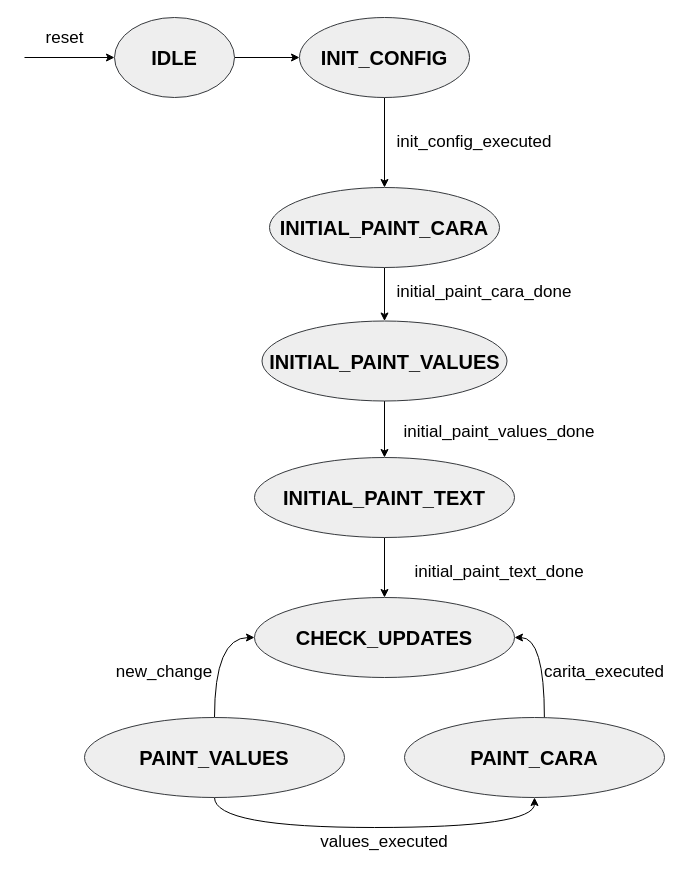
This is page "fsm_controller_lcd" (3 of 6) of figs/LCD_diagramas.drawio from unal-edigital1-lab/entrega-1-proyecto-grupo01-2024-1, a draw.io file, before an edit. Source tidied: cells renumbered, new cells numbered last; positions are measured from the earlier drawing's top-left corner, leaving out a move shared by most shapes. Both pictures are drawn from the tidied source at 100%, with x=0, y=0 at pixel (24, 17).
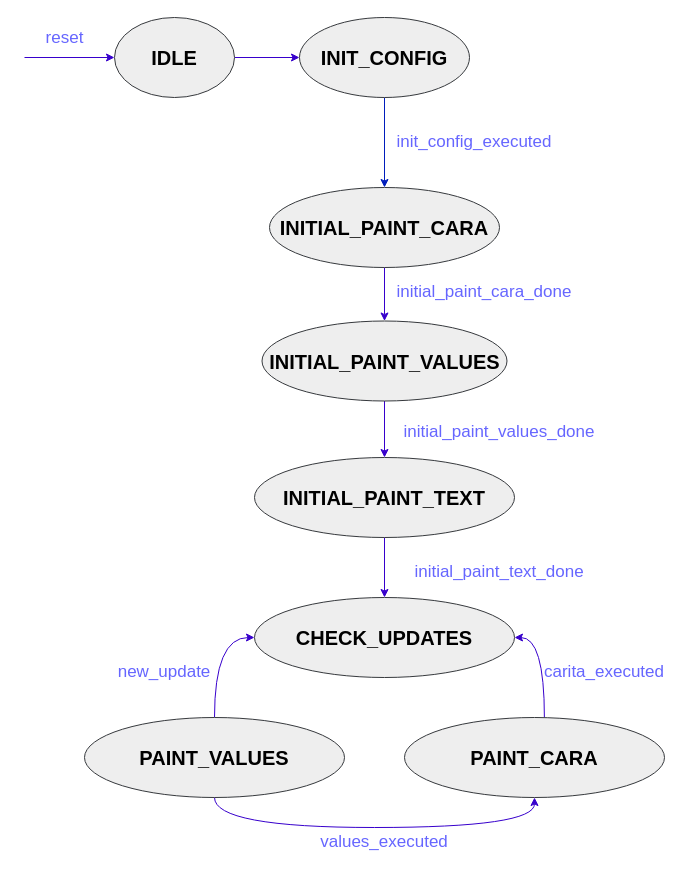
The same diagram, later.

The change refers to these unchanged cells:
```xml
<mxCell id="3" value="&lt;b&gt;&lt;font style=&quot;font-size: 20px;&quot;&gt;IDLE&lt;/font&gt;&lt;/b&gt;" style="ellipse;whiteSpace=wrap;html=1;fillColor=#eeeeee;strokeColor=#36393d;" parent="1" vertex="1">
  <mxGeometry x="90" width="120" height="80" as="geometry" />
</mxCell>
<mxCell id="5" value="&lt;span style=&quot;font-size: 20px;&quot;&gt;&lt;b&gt;INIT_CONFIG&lt;/b&gt;&lt;/span&gt;" style="ellipse;whiteSpace=wrap;html=1;fillColor=#eeeeee;strokeColor=#36393d;" parent="1" vertex="1">
  <mxGeometry x="275" width="170" height="80" as="geometry" />
</mxCell>
<mxCell id="7" value="&lt;span style=&quot;font-size: 20px;&quot;&gt;&lt;b&gt;INITIAL_PAINT_CARA&lt;/b&gt;&lt;/span&gt;" style="ellipse;whiteSpace=wrap;html=1;fillColor=#eeeeee;strokeColor=#36393d;" parent="1" vertex="1">
  <mxGeometry x="245" y="170" width="230" height="80" as="geometry" />
</mxCell>
<mxCell id="9" value="&lt;b style=&quot;font-size: 20px;&quot;&gt;INITIAL_PAINT_VALUES&lt;/b&gt;" style="ellipse;whiteSpace=wrap;html=1;fillColor=#eeeeee;strokeColor=#36393d;" parent="1" vertex="1">
  <mxGeometry x="237.5" y="303.5" width="245" height="80" as="geometry" />
</mxCell>
<mxCell id="11" value="&lt;span style=&quot;font-size: 20px;&quot;&gt;&lt;b&gt;INITIAL_PAINT_TEXT&lt;/b&gt;&lt;/span&gt;" style="ellipse;whiteSpace=wrap;html=1;fillColor=#eeeeee;strokeColor=#36393d;" parent="1" vertex="1">
  <mxGeometry x="230" y="440" width="260" height="80" as="geometry" />
</mxCell>
<mxCell id="12" value="&lt;span style=&quot;font-size: 20px;&quot;&gt;&lt;b&gt;CHECK_UPDATES&lt;/b&gt;&lt;/span&gt;" style="ellipse;whiteSpace=wrap;html=1;fillColor=#eeeeee;strokeColor=#36393d;" parent="1" vertex="1">
  <mxGeometry x="230" y="580" width="260" height="80" as="geometry" />
</mxCell>
<mxCell id="15" value="&lt;span style=&quot;font-size: 20px;&quot;&gt;&lt;b&gt;PAINT_VALUES&lt;/b&gt;&lt;/span&gt;" style="ellipse;whiteSpace=wrap;html=1;fillColor=#eeeeee;strokeColor=#36393d;" parent="1" vertex="1">
  <mxGeometry x="60" y="700" width="260" height="80" as="geometry" />
</mxCell>
<mxCell id="17" value="&lt;span style=&quot;font-size: 20px;&quot;&gt;&lt;b&gt;PAINT_CARA&lt;/b&gt;&lt;/span&gt;" style="ellipse;whiteSpace=wrap;html=1;fillColor=#eeeeee;strokeColor=#36393d;" parent="1" vertex="1">
  <mxGeometry x="380" y="700" width="260" height="80" as="geometry" />
</mxCell>
```

What changed in the source:
```diff
@@
-    <mxCell id="2" style="edgeStyle=orthogonalEdgeStyle;rounded=0;jettySize=auto;html=1;entryX=0;entryY=0.5;entryDx=0;entryDy=0;" parent="1" edge="1" source="3" target="5">
+    <mxCell id="2" style="edgeStyle=orthogonalEdgeStyle;rounded=0;jettySize=auto;html=1;entryX=0;entryY=0.5;entryDx=0;entryDy=0;fillColor=#6a00ff;strokeColor=#3700CC;" parent="1" edge="1" source="3" target="5">
       <mxGeometry relative="1" as="geometry" />
     </mxCell>
@@
-    <mxCell id="4" style="edgeStyle=orthogonalEdgeStyle;rounded=0;jettySize=auto;html=1;" parent="1" edge="1" source="5" target="7">
+    <mxCell id="4" style="edgeStyle=orthogonalEdgeStyle;rounded=0;jettySize=auto;html=1;fillColor=#0050ef;strokeColor=#001DBC;" parent="1" edge="1" source="5" target="7">
       <mxGeometry relative="1" as="geometry" />
     </mxCell>
@@
-    <mxCell id="6" style="edgeStyle=orthogonalEdgeStyle;rounded=0;jettySize=auto;html=1;" parent="1" edge="1" source="7" target="9">
+    <mxCell id="6" style="edgeStyle=orthogonalEdgeStyle;rounded=0;jettySize=auto;html=1;fillColor=#6a00ff;strokeColor=#3700CC;" parent="1" edge="1" source="7" target="9">
       <mxGeometry relative="1" as="geometry" />
     </mxCell>
@@
-    <mxCell id="8" style="edgeStyle=orthogonalEdgeStyle;rounded=0;jettySize=auto;html=1;entryX=0.5;entryY=0;entryDx=0;entryDy=0;" parent="1" edge="1" source="9" target="11">
+    <mxCell id="8" style="edgeStyle=orthogonalEdgeStyle;rounded=0;jettySize=auto;html=1;entryX=0.5;entryY=0;entryDx=0;entryDy=0;fillColor=#6a00ff;strokeColor=#3700CC;" parent="1" edge="1" source="9" target="11">
       <mxGeometry relative="1" as="geometry" />
     </mxCell>
@@
-    <mxCell id="10" style="edgeStyle=orthogonalEdgeStyle;rounded=0;jettySize=auto;html=1;" parent="1" edge="1" source="11" target="12">
+    <mxCell id="10" style="edgeStyle=orthogonalEdgeStyle;rounded=0;jettySize=auto;html=1;fillColor=#6a00ff;strokeColor=#3700CC;" parent="1" edge="1" source="11" target="12">
       <mxGeometry relative="1" as="geometry" />
     </mxCell>
@@
-    <mxCell id="13" style="edgeStyle=orthogonalEdgeStyle;rounded=0;jettySize=auto;html=1;curved=1;entryX=0.5;entryY=1;entryDx=0;entryDy=0;exitX=0.5;exitY=1;exitDx=0;exitDy=0;" parent="1" edge="1" source="15" target="17">
+    <mxCell id="13" style="edgeStyle=orthogonalEdgeStyle;rounded=0;jettySize=auto;html=1;curved=1;entryX=0.5;entryY=1;entryDx=0;entryDy=0;exitX=0.5;exitY=1;exitDx=0;exitDy=0;fillColor=#6a00ff;strokeColor=#3700CC;" parent="1" edge="1" source="15" target="17">
       <mxGeometry relative="1" as="geometry">
         <Array as="points">
           <mxPoint x="190" y="810" />
           <mxPoint x="510" y="810" />
         </Array>
       </mxGeometry>
     </mxCell>
-    <mxCell id="14" style="edgeStyle=orthogonalEdgeStyle;rounded=0;jettySize=auto;html=1;entryX=0;entryY=0.5;entryDx=0;entryDy=0;curved=1;" parent="1" edge="1" source="15" target="12">
+    <mxCell id="14" style="edgeStyle=orthogonalEdgeStyle;rounded=0;jettySize=auto;html=1;entryX=0;entryY=0.5;entryDx=0;entryDy=0;curved=1;fillColor=#6a00ff;strokeColor=#3700CC;" parent="1" edge="1" source="15" target="12">
       <mxGeometry relative="1" as="geometry" />
     </mxCell>
@@
-    <mxCell id="16" style="edgeStyle=orthogonalEdgeStyle;rounded=0;jettySize=auto;html=1;entryX=1;entryY=0.5;entryDx=0;entryDy=0;curved=1;exitX=0.538;exitY=0;exitDx=0;exitDy=0;exitPerimeter=0;" parent="1" edge="1" source="17" target="12">
+    <mxCell id="16" style="edgeStyle=orthogonalEdgeStyle;rounded=0;jettySize=auto;html=1;entryX=1;entryY=0.5;entryDx=0;entryDy=0;curved=1;exitX=0.538;exitY=0;exitDx=0;exitDy=0;exitPerimeter=0;fillColor=#6a00ff;strokeColor=#3700CC;" parent="1" edge="1" source="17" target="12">
       <mxGeometry relative="1" as="geometry" />
     </mxCell>
@@
-    <mxCell id="18" value="init_config_executed" style="text;html=1;align=center;verticalAlign=middle;whiteSpace=wrap;rounded=0;fontSize=17;labelBackgroundColor=default;" parent="1" vertex="1">
+    <mxCell id="18" value="init_config_executed" style="text;html=1;align=center;verticalAlign=middle;whiteSpace=wrap;rounded=0;fontSize=17;labelBackgroundColor=default;fontColor=#6666FF;" parent="1" vertex="1">
       <mxGeometry x="420" y="110" width="60" height="30" as="geometry" />
     </mxCell>
-    <mxCell id="19" value="initial_paint_cara_done" style="text;html=1;align=center;verticalAlign=middle;whiteSpace=wrap;rounded=0;fontSize=17;labelBackgroundColor=default;" parent="1" vertex="1">
+    <mxCell id="19" value="initial_paint_cara_done" style="text;html=1;align=center;verticalAlign=middle;whiteSpace=wrap;rounded=0;fontSize=17;labelBackgroundColor=default;fontColor=#6666FF;" parent="1" vertex="1">
       <mxGeometry x="430" y="260" width="60" height="30" as="geometry" />
     </mxCell>
-    <mxCell id="20" value="initial_paint_text_done" style="text;html=1;align=center;verticalAlign=middle;whiteSpace=wrap;rounded=0;fontSize=17;labelBackgroundColor=default;" parent="1" vertex="1">
+    <mxCell id="20" value="initial_paint_text_done" style="text;html=1;align=center;verticalAlign=middle;whiteSpace=wrap;rounded=0;fontSize=17;labelBackgroundColor=default;fontColor=#6666FF;" parent="1" vertex="1">
       <mxGeometry x="445" y="540" width="60" height="30" as="geometry" />
     </mxCell>
-    <mxCell id="21" value="initial_paint_values_done" style="text;html=1;align=center;verticalAlign=middle;whiteSpace=wrap;rounded=0;fontSize=17;labelBackgroundColor=default;" parent="1" vertex="1">
+    <mxCell id="21" value="initial_paint_values_done" style="text;html=1;align=center;verticalAlign=middle;whiteSpace=wrap;rounded=0;fontSize=17;labelBackgroundColor=default;fontColor=#6666FF;" parent="1" vertex="1">
       <mxGeometry x="445" y="400" width="60" height="30" as="geometry" />
     </mxCell>
-    <mxCell id="22" value="new_change" style="text;html=1;align=center;verticalAlign=middle;whiteSpace=wrap;rounded=0;fontSize=17;labelBackgroundColor=default;" parent="1" vertex="1">
+    <mxCell id="22" value="new_update" style="text;html=1;align=center;verticalAlign=middle;whiteSpace=wrap;rounded=0;fontSize=17;labelBackgroundColor=default;fontColor=#6666FF;" parent="1" vertex="1">
       <mxGeometry x="110" y="640" width="60" height="30" as="geometry" />
     </mxCell>
-    <mxCell id="23" value="values_executed" style="text;html=1;align=center;verticalAlign=middle;whiteSpace=wrap;rounded=0;fontSize=17;labelBackgroundColor=default;" parent="1" vertex="1">
+    <mxCell id="23" value="values_executed" style="text;html=1;align=center;verticalAlign=middle;whiteSpace=wrap;rounded=0;fontSize=17;labelBackgroundColor=default;fontColor=#6666FF;" parent="1" vertex="1">
       <mxGeometry x="330" y="810" width="60" height="30" as="geometry" />
     </mxCell>
-    <mxCell id="24" value="carita_executed" style="text;html=1;align=center;verticalAlign=middle;whiteSpace=wrap;rounded=0;fontSize=17;labelBackgroundColor=default;" parent="1" vertex="1">
+    <mxCell id="24" value="carita_executed" style="text;html=1;align=center;verticalAlign=middle;whiteSpace=wrap;rounded=0;fontSize=17;labelBackgroundColor=default;fontColor=#6666FF;" parent="1" vertex="1">
       <mxGeometry x="550" y="640" width="60" height="30" as="geometry" />
     </mxCell>
-    <mxCell id="25" style="endArrow=classic;html=1;rounded=0;entryX=0;entryY=0.5;entryDx=0;entryDy=0;" parent="1" edge="1" target="3">
+    <mxCell id="25" style="endArrow=classic;html=1;rounded=0;entryX=0;entryY=0.5;entryDx=0;entryDy=0;fillColor=#6a00ff;strokeColor=#3700CC;" parent="1" edge="1" target="3">
       <mxGeometry relative="1" as="geometry">
         <mxPoint y="40" as="sourcePoint" />
       </mxGeometry>
     </mxCell>
-    <mxCell id="26" value="reset" style="edgeLabel;html=1;align=center;verticalAlign=middle;fontSize=17;" parent="25" vertex="1">
+    <mxCell id="26" value="reset" style="edgeLabel;html=1;align=center;verticalAlign=middle;fontSize=17;fontColor=#6666FF;" parent="25" vertex="1">
       <mxGeometry x="-0.35" y="1" relative="1" as="geometry">
         <mxPoint x="10" y="-19" as="offset" />
       </mxGeometry>
     </mxCell>
```
